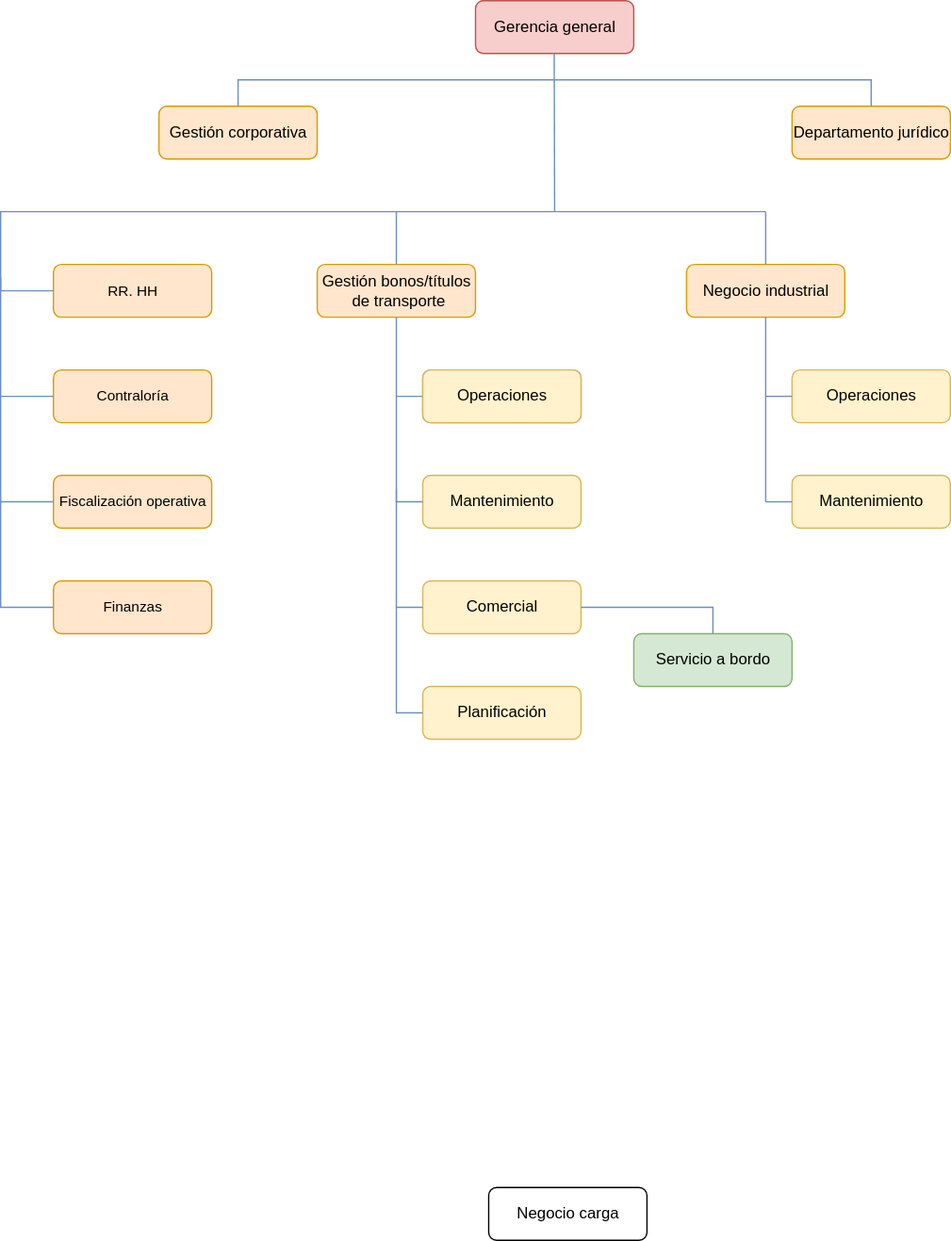
Earlier version of the draw.io export proyecto/out/organigrama/organigrama.svg (emg842/INRE-UAL-ROJO-2022). Source tidied: cells renumbered, new cells last; positions are measured from the earlier drawing's top-left corner, leaving out a move shared by most shapes.
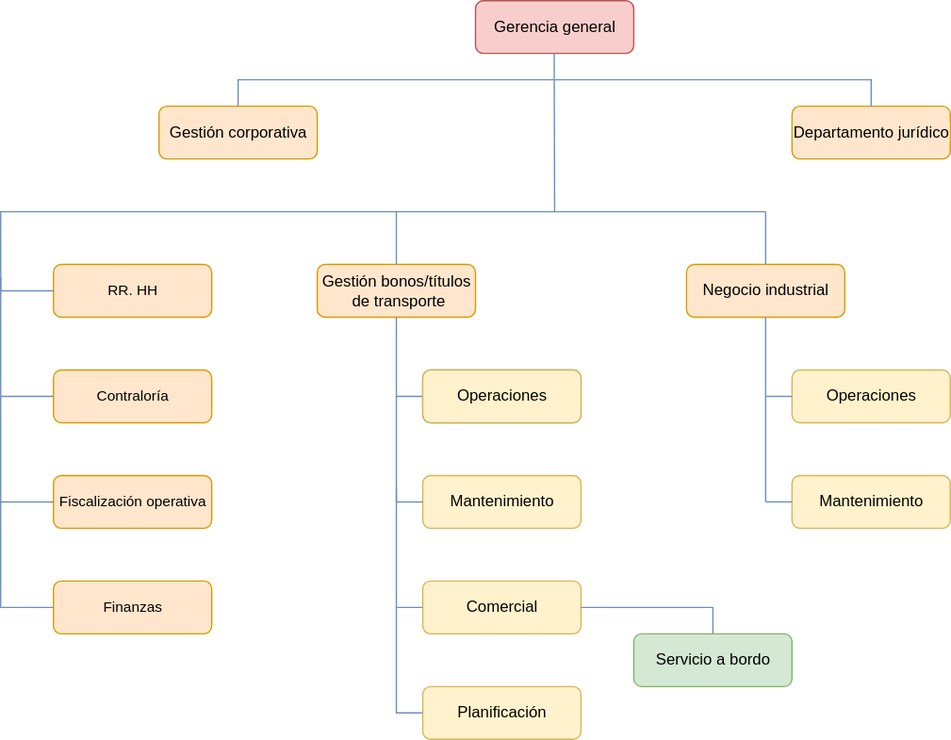
The same diagram one commit later.

The edit, as a diff of the source:
```diff
@@ -171,9 +171,6 @@
         </Array>
       </mxGeometry>
     </mxCell>
-    <mxCell id="35" value="Negocio carga" style="html=1;rounded=1;" parent="1" vertex="1">
-      <mxGeometry x="370" y="900" width="120" height="40" as="geometry" />
-    </mxCell>
     <mxCell id="36" value="Operaciones" style="html=1;rounded=1;labelBackgroundColor=#FFF2CC;fillColor=#FFF2CC;strokeColor=#d6b656;" parent="1" vertex="1">
       <mxGeometry x="320" y="280" width="120" height="40" as="geometry" />
     </mxCell>
```
